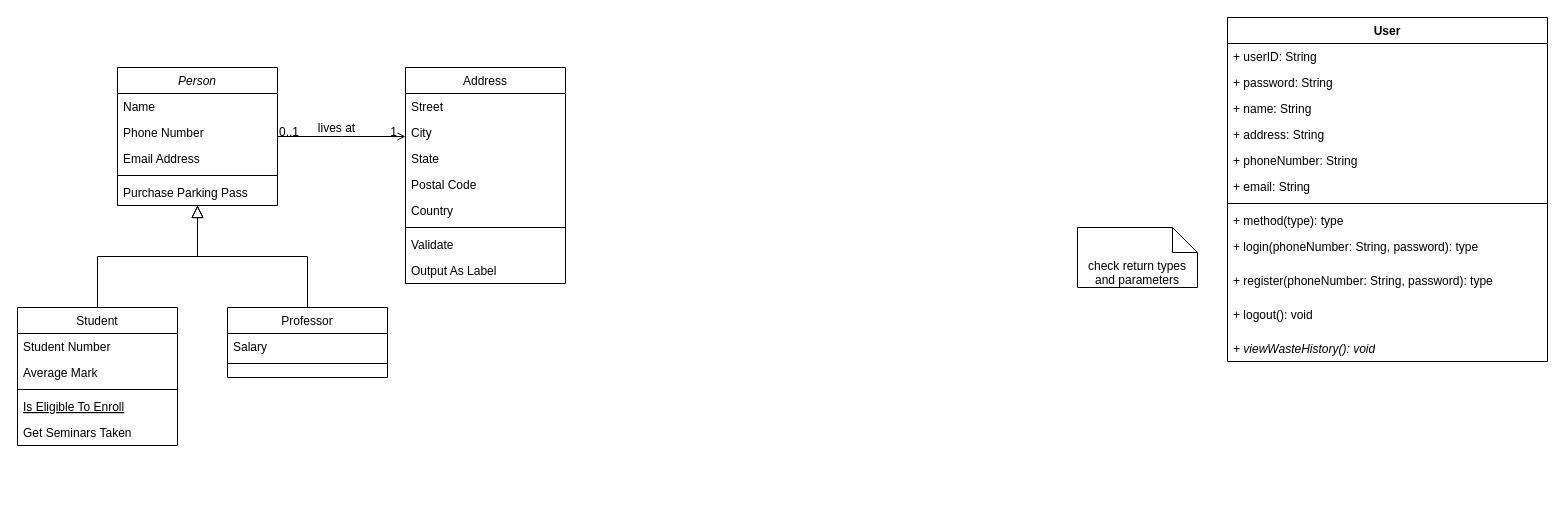
This is Class Diagram/Untitled Diagram.drawio from Y3-S1-project-group/CSSE-Design, a draw.io file, before an edit. Source tidied: cells renumbered, new cells numbered last; positions are measured from the earlier drawing's top-left corner, leaving out a move shared by most shapes. Both pictures are drawn from the tidied source at 100%, with x=0, y=0 at pixel (17, 17).
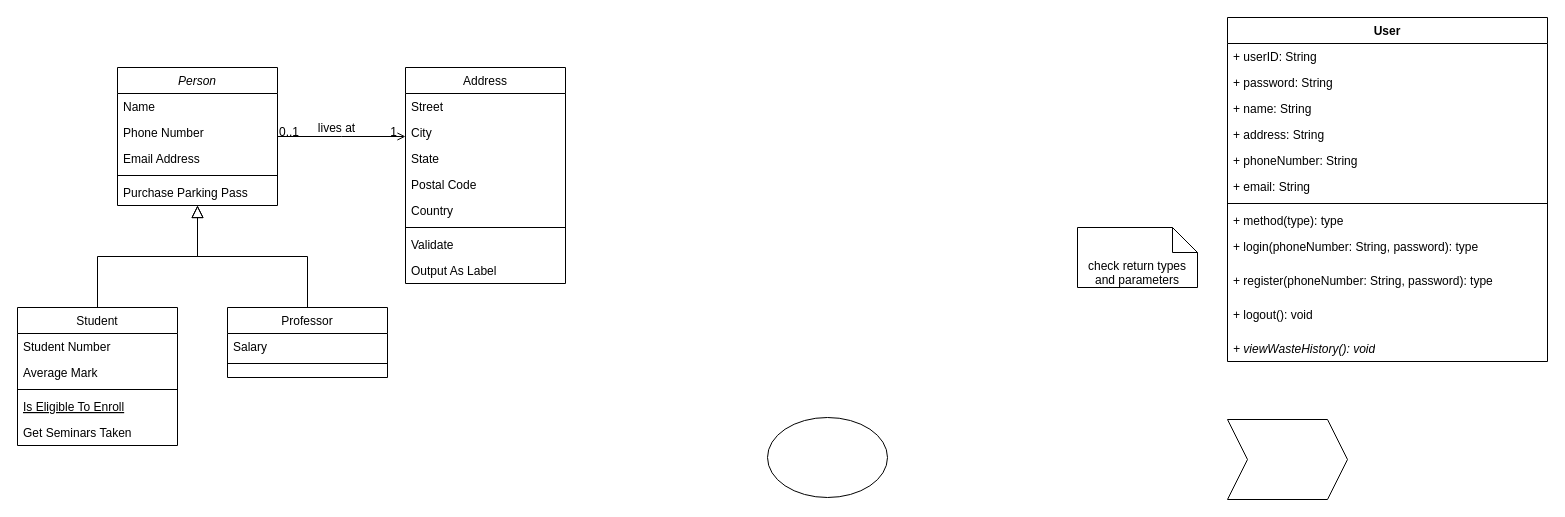
After the change.

The edit, as a diff of the source:
```diff
@@
+    <mxCell id="46" style="shape=step;perimeter=stepPerimeter;whiteSpace=wrap;html=1;fixedSize=1;" parent="1" vertex="1">
+      <mxGeometry x="1210" y="402" width="120" height="80" as="geometry" />
+    </mxCell>
+    <mxCell id="47" style="ellipse;whiteSpace=wrap;html=1;" parent="1" vertex="1">
+      <mxGeometry x="750" y="400" width="120" height="80" as="geometry" />
+    </mxCell>
```
